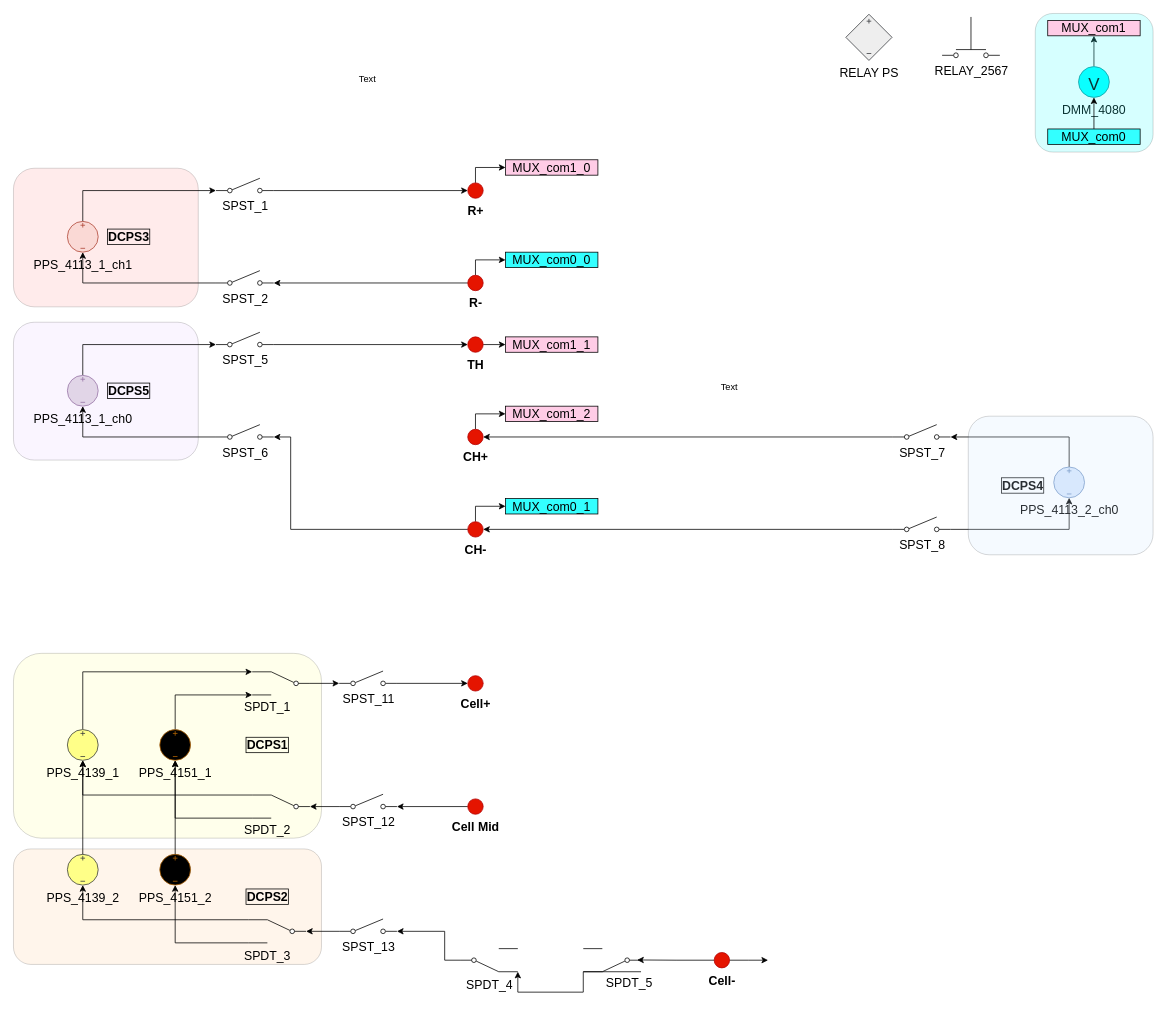
Before: BMS_device_B_6p16.drawio in ktlim-xy/draw-io, a draw.io diagram. Source tidied: cells renumbered, new cells numbered last; positions are measured from the earlier drawing's top-left corner, leaving out a move shared by most shapes. Both pictures are drawn from the tidied source at 77%, with x=0, y=0 at pixel (13, 13).
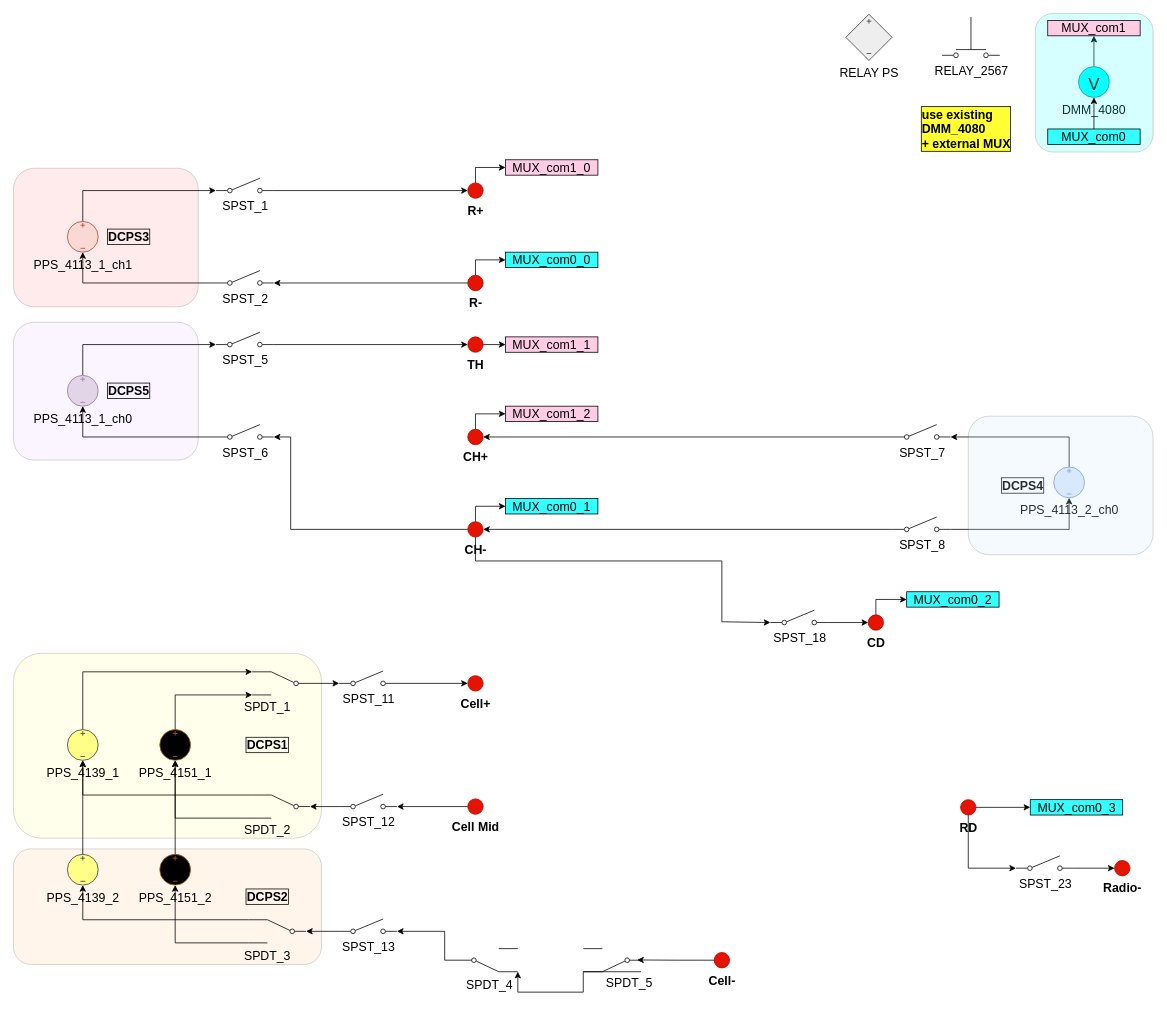
The same diagram, later.

Unchanged cells that the change refers to:
```xml
<mxCell id="15" value="Cell-" style="verticalLabelPosition=bottom;shadow=0;dashed=0;align=center;html=1;verticalAlign=top;strokeWidth=1;shape=ellipse;perimeter=ellipsePerimeter;fillColor=#e51400;fontColor=light-dark(#000000,#FF0000);strokeColor=#B20000;fontSize=16;fontStyle=1;" parent="1" vertex="1">
  <mxGeometry x="910" y="1219.5" width="20" height="20" as="geometry" />
</mxCell>
<mxCell id="20" value="CH-" style="verticalLabelPosition=bottom;shadow=0;dashed=0;align=center;html=1;verticalAlign=top;strokeWidth=1;shape=ellipse;perimeter=ellipsePerimeter;fillColor=#e51400;fontColor=light-dark(#000000,#FF0000);strokeColor=#B20000;fontSize=16;fontStyle=1;" parent="1" vertex="1">
  <mxGeometry x="590" y="660" width="20" height="20" as="geometry" />
</mxCell>
```

What changed in the source:
```diff
@@
-    <mxCell id="14" style="edgeStyle=orthogonalEdgeStyle;rounded=0;jettySize=auto;html=1;exitX=1;exitY=0.5;exitDx=0;exitDy=0;entryX=0;entryY=0.8;entryDx=0;entryDy=0;fontSize=16;" parent="1" edge="1" source="15">
-      <mxGeometry relative="1" as="geometry">
-        <mxPoint x="980" y="1229.5" as="targetPoint" />
-      </mxGeometry>
-    </mxCell>
@@
+    <mxCell id="95" style="edgeStyle=orthogonalEdgeStyle;rounded=0;jettySize=auto;html=1;exitX=0.5;exitY=1;exitDx=0;exitDy=0;entryX=0;entryY=0.8;entryDx=0;entryDy=0;" parent="1" edge="1" source="20" target="104">
+      <mxGeometry relative="1" as="geometry">
+        <Array as="points">
+          <mxPoint x="600" y="711" />
+          <mxPoint x="920" y="711" />
+          <mxPoint x="920" y="790" />
+          <mxPoint x="983" y="790" />
+        </Array>
+      </mxGeometry>
+    </mxCell>
@@
+    <mxCell id="96" style="edgeStyle=orthogonalEdgeStyle;rounded=0;jettySize=auto;html=1;exitX=1;exitY=0.5;exitDx=0;exitDy=0;entryX=0;entryY=0.5;entryDx=0;entryDy=0;fontSize=16;" parent="1" edge="1" source="98" target="99">
+      <mxGeometry relative="1" as="geometry" />
+    </mxCell>
+    <mxCell id="97" style="edgeStyle=orthogonalEdgeStyle;rounded=0;jettySize=auto;html=1;exitX=0.5;exitY=1;exitDx=0;exitDy=0;entryX=0;entryY=0.8;entryDx=0;entryDy=0;" parent="1" edge="1" source="98" target="108">
+      <mxGeometry relative="1" as="geometry" />
+    </mxCell>
+    <mxCell id="98" value="RD" style="verticalLabelPosition=bottom;shadow=0;dashed=0;align=center;html=1;verticalAlign=top;strokeWidth=1;shape=ellipse;perimeter=ellipsePerimeter;fillColor=#e51400;fontColor=light-dark(#000000,#FF0000);strokeColor=#B20000;fontSize=16;fontStyle=1;" parent="1" vertex="1">
+      <mxGeometry x="1230" y="1021" width="20" height="20" as="geometry" />
+    </mxCell>
@@
+    <mxCell id="99" value="MUX_com0_3" style="rounded=0;whiteSpace=wrap;html=1;fillColor=#33FFFF;fontSize=16;" parent="1" vertex="1">
+      <mxGeometry x="1320.5" y="1021" width="120" height="20" as="geometry" />
+    </mxCell>
@@
+    <mxCell id="100" value="use existing&lt;br&gt;DMM_4080&amp;nbsp;&lt;div&gt;+ external MUX&lt;/div&gt;" style="text;html=1;whiteSpace=wrap;strokeColor=none;fillColor=none;align=left;verticalAlign=middle;rounded=0;fontStyle=1;fontColor=#000000;fontSize=16;labelBorderColor=default;labelBackgroundColor=#FFFF33;" parent="1" vertex="1">
+      <mxGeometry x="1177" y="121" width="160" height="58" as="geometry" />
+    </mxCell>
@@
+    <mxCell id="101" style="edgeStyle=orthogonalEdgeStyle;rounded=0;jettySize=auto;html=1;exitX=0.5;exitY=0;exitDx=0;exitDy=0;entryX=0;entryY=0.5;entryDx=0;entryDy=0;" parent="1" edge="1" source="102" target="105">
+      <mxGeometry relative="1" as="geometry" />
+    </mxCell>
+    <mxCell id="102" value="CD" style="verticalLabelPosition=bottom;shadow=0;dashed=0;align=center;html=1;verticalAlign=top;strokeWidth=1;shape=ellipse;perimeter=ellipsePerimeter;fillColor=#e51400;fontColor=light-dark(#000000,#FF0000);strokeColor=#B20000;fontSize=16;fontStyle=1;" parent="1" vertex="1">
+      <mxGeometry x="1110" y="781" width="20" height="20" as="geometry" />
+    </mxCell>
+    <mxCell id="103" style="edgeStyle=orthogonalEdgeStyle;rounded=0;jettySize=auto;html=1;exitX=1;exitY=0.8;exitDx=0;exitDy=0;entryX=0;entryY=0.5;entryDx=0;entryDy=0;" parent="1" edge="1" source="104" target="102">
+      <mxGeometry relative="1" as="geometry" />
+    </mxCell>
+    <mxCell id="104" value="SPST_18" style="html=1;shape=mxgraph.electrical.electro-mechanical.singleSwitch;elSwitchState=off;verticalAlign=top;labelPosition=center;verticalLabelPosition=bottom;align=center;fontSize=16;" parent="1" vertex="1">
+      <mxGeometry x="983" y="775" width="75" height="20" as="geometry" />
+    </mxCell>
+    <mxCell id="105" value="MUX_com0_2" style="rounded=0;whiteSpace=wrap;html=1;fillColor=#33FFFF;fontSize=16;" parent="1" vertex="1">
+      <mxGeometry x="1160" y="751" width="120" height="20" as="geometry" />
+    </mxCell>
+    <mxCell id="106" value="Radio-" style="verticalLabelPosition=bottom;shadow=0;dashed=0;align=center;html=1;verticalAlign=top;strokeWidth=1;shape=ellipse;perimeter=ellipsePerimeter;fillColor=#e51400;fontColor=light-dark(#000000,#FF0000);strokeColor=#B20000;fontSize=16;fontStyle=1;" parent="1" vertex="1">
+      <mxGeometry x="1430" y="1100" width="20" height="20" as="geometry" />
+    </mxCell>
+    <mxCell id="107" style="edgeStyle=orthogonalEdgeStyle;rounded=0;jettySize=auto;html=1;exitX=1;exitY=0.8;exitDx=0;exitDy=0;entryX=0;entryY=0.5;entryDx=0;entryDy=0;" parent="1" edge="1" source="108" target="106">
+      <mxGeometry relative="1" as="geometry" />
+    </mxCell>
+    <mxCell id="108" value="SPST_23" style="html=1;shape=mxgraph.electrical.electro-mechanical.singleSwitch;elSwitchState=off;verticalAlign=top;labelPosition=center;verticalLabelPosition=bottom;align=center;fontSize=16;" parent="1" vertex="1">
+      <mxGeometry x="1302" y="1094" width="75" height="20" as="geometry" />
+    </mxCell>
@@
-    <mxCell id="93" value="Text" style="text;html=1;whiteSpace=wrap;strokeColor=none;fillColor=none;align=center;verticalAlign=middle;rounded=0;" parent="1" vertex="1">
-      <mxGeometry x="430" y="71" width="60" height="30" as="geometry" />
-    </mxCell>
-    <mxCell id="94" value="Text" style="text;html=1;whiteSpace=wrap;strokeColor=none;fillColor=none;align=center;verticalAlign=middle;rounded=0;" parent="1" vertex="1">
-      <mxGeometry x="900" y="471" width="60" height="30" as="geometry" />
-    </mxCell>
```
